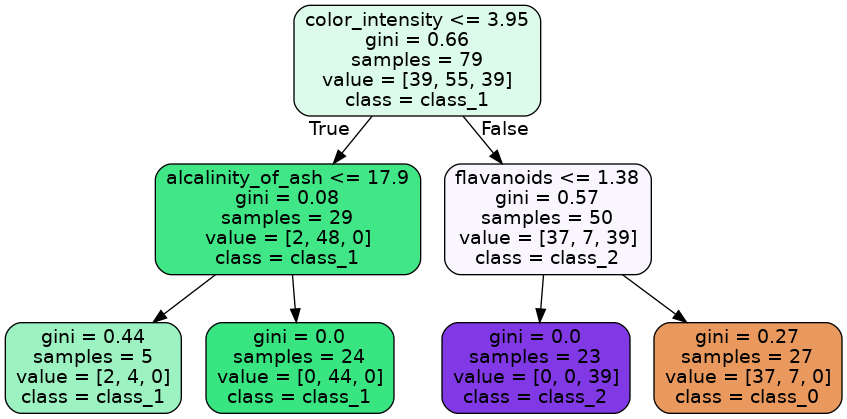
The Graphviz diagram images/tree.png in hberginc/practice-teach-Random-Forest, before a commit. Its source is kept beside it as images/tree.dot. Its diagram source:
```dot
digraph Tree {
node [shape=box, style="filled, rounded", color="black", fontname=helvetica] ;
edge [fontname=helvetica] ;
0 [label="color_intensity <= 3.95\ngini = 0.66\nsamples = 79\nvalue = [39, 55, 39]\nclass = class_1", fillcolor="#ddfbea"] ;
1 [label="alcalinity_of_ash <= 17.9\ngini = 0.08\nsamples = 29\nvalue = [2, 48, 0]\nclass = class_1", fillcolor="#41e686"] ;
0 -> 1 [labeldistance=2.5, labelangle=45, headlabel="True"] ;
2 [label="gini = 0.44\nsamples = 5\nvalue = [2, 4, 0]\nclass = class_1", fillcolor="#9cf2c0"] ;
1 -> 2 ;
3 [label="gini = 0.0\nsamples = 24\nvalue = [0, 44, 0]\nclass = class_1", fillcolor="#39e581"] ;
1 -> 3 ;
4 [label="flavanoids <= 1.38\ngini = 0.57\nsamples = 50\nvalue = [37, 7, 39]\nclass = class_2", fillcolor="#faf6fe"] ;
0 -> 4 [labeldistance=2.5, labelangle=-45, headlabel="False"] ;
5 [label="gini = 0.0\nsamples = 23\nvalue = [0, 0, 39]\nclass = class_2", fillcolor="#8139e5"] ;
4 -> 5 ;
6 [label="gini = 0.27\nsamples = 27\nvalue = [37, 7, 0]\nclass = class_0", fillcolor="#ea995e"] ;
4 -> 6 ;
}
```
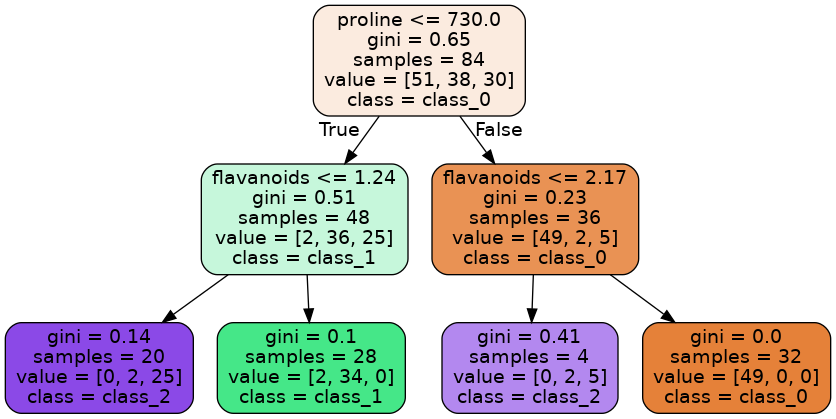
Above is the later version.

Change to the diagram source:
```diff
@@ -1,17 +1,17 @@
 digraph Tree {
 node [shape=box, style="filled, rounded", color="black", fontname=helvetica] ;
 edge [fontname=helvetica] ;
-0 [label="color_intensity <= 3.95\ngini = 0.66\nsamples = 79\nvalue = [39, 55, 39]\nclass = class_1", fillcolor="#ddfbea"] ;
-1 [label="alcalinity_of_ash <= 17.9\ngini = 0.08\nsamples = 29\nvalue = [2, 48, 0]\nclass = class_1", fillcolor="#41e686"] ;
+0 [label="proline <= 730.0\ngini = 0.65\nsamples = 84\nvalue = [51, 38, 30]\nclass = class_0", fillcolor="#fbebdf"] ;
+1 [label="flavanoids <= 1.24\ngini = 0.51\nsamples = 48\nvalue = [2, 36, 25]\nclass = class_1", fillcolor="#c6f7db"] ;
 0 -> 1 [labeldistance=2.5, labelangle=45, headlabel="True"] ;
-2 [label="gini = 0.44\nsamples = 5\nvalue = [2, 4, 0]\nclass = class_1", fillcolor="#9cf2c0"] ;
+2 [label="gini = 0.14\nsamples = 20\nvalue = [0, 2, 25]\nclass = class_2", fillcolor="#8b49e7"] ;
 1 -> 2 ;
-3 [label="gini = 0.0\nsamples = 24\nvalue = [0, 44, 0]\nclass = class_1", fillcolor="#39e581"] ;
+3 [label="gini = 0.1\nsamples = 28\nvalue = [2, 34, 0]\nclass = class_1", fillcolor="#45e788"] ;
 1 -> 3 ;
-4 [label="flavanoids <= 1.38\ngini = 0.57\nsamples = 50\nvalue = [37, 7, 39]\nclass = class_2", fillcolor="#faf6fe"] ;
+4 [label="flavanoids <= 2.17\ngini = 0.23\nsamples = 36\nvalue = [49, 2, 5]\nclass = class_0", fillcolor="#e99254"] ;
 0 -> 4 [labeldistance=2.5, labelangle=-45, headlabel="False"] ;
-5 [label="gini = 0.0\nsamples = 23\nvalue = [0, 0, 39]\nclass = class_2", fillcolor="#8139e5"] ;
+5 [label="gini = 0.41\nsamples = 4\nvalue = [0, 2, 5]\nclass = class_2", fillcolor="#b388ef"] ;
 4 -> 5 ;
-6 [label="gini = 0.27\nsamples = 27\nvalue = [37, 7, 0]\nclass = class_0", fillcolor="#ea995e"] ;
+6 [label="gini = 0.0\nsamples = 32\nvalue = [49, 0, 0]\nclass = class_0", fillcolor="#e58139"] ;
 4 -> 6 ;
 }
```
